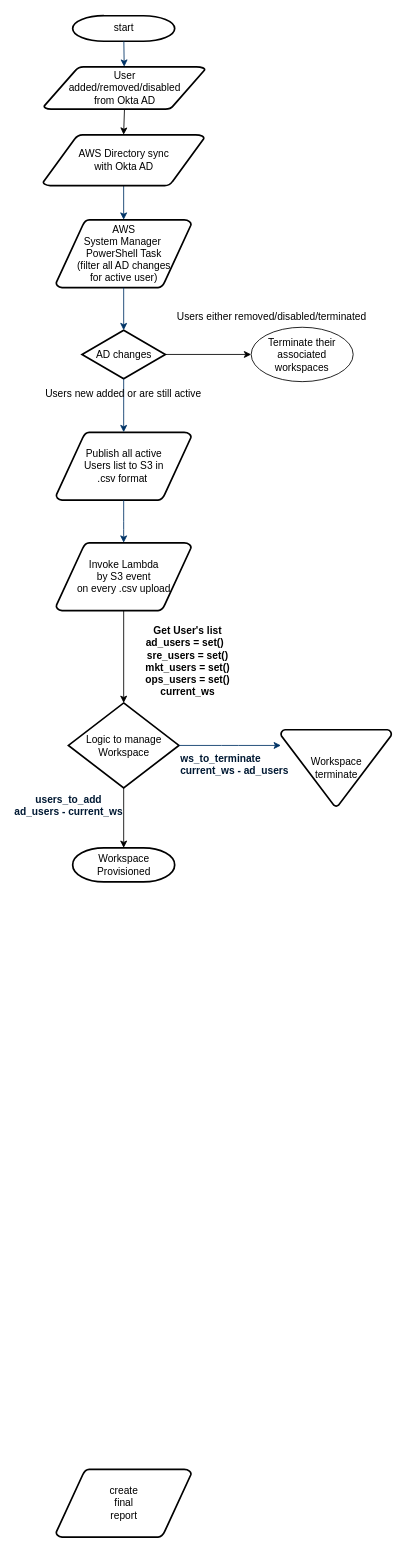
brianb100/Test keeps this draw.io diagram as Untitled Diagram.drawio. Above is the earlier version. Source tidied: cells renumbered, new cells numbered last; positions are measured from the earlier drawing's top-left corner, leaving out a move shared by most shapes. Both pictures are drawn from the tidied source at 85%, with x=0, y=0 at pixel (40, 15).
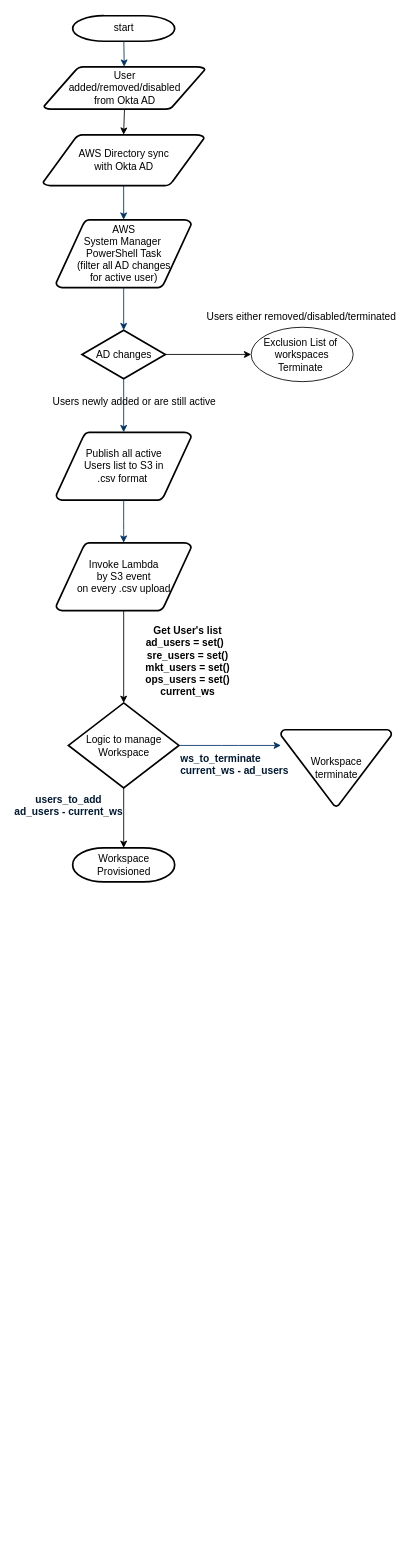
After the change.

Change to the diagram source:
```diff
@@
     <mxCell id="12" value="Users either removed/disabled/terminated" style="text;fontStyle=0;html=1;strokeColor=none;gradientColor=none;fillColor=none;strokeWidth=2;" parent="1" vertex="1">
-      <mxGeometry x="158.5" y="340.5" width="40" height="26" as="geometry" />
+      <mxGeometry x="193.8" y="340.5" width="229.5" height="26" as="geometry" />
     </mxCell>
@@
-    <mxCell id="16" value="Users new added or are still active&amp;nbsp;" style="text;fontStyle=0;html=1;strokeColor=none;gradientColor=none;fillColor=none;strokeWidth=2;align=center;" parent="1" vertex="1">
-      <mxGeometry x="79" y="430.5" width="40" height="26" as="geometry" />
+    <mxCell id="16" value="Users newly&amp;nbsp;added or are still active&amp;nbsp;" style="text;fontStyle=0;html=1;strokeColor=none;gradientColor=none;fillColor=none;strokeWidth=2;align=center;" parent="1" vertex="1">
+      <mxGeometry x="31.8" y="440" width="161" height="16.5" as="geometry" />
     </mxCell>
@@
-    <mxCell id="22" value="create&#10;final&#10;report" style="shape=mxgraph.flowchart.data;strokeWidth=2;gradientColor=none;gradientDirection=north;fontStyle=0;html=1;" parent="1" vertex="1">
-      <mxGeometry x="18.5" y="1710" width="159" height="80" as="geometry" />
-    </mxCell>
@@
-    <mxCell id="28" value="Terminate their&lt;br&gt;associated workspaces" style="ellipse;whiteSpace=wrap;html=1;" parent="1" vertex="1">
+    <mxCell id="28" value="Exclusion List of&amp;nbsp;&lt;br&gt;workspaces&lt;br&gt;Terminate&amp;nbsp;" style="ellipse;whiteSpace=wrap;html=1;" parent="1" vertex="1">
       <mxGeometry x="248" y="366.5" width="120" height="64" as="geometry" />
     </mxCell>
```
